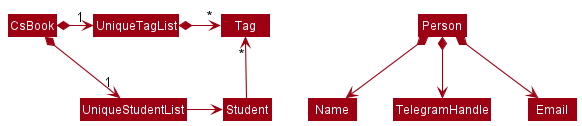
This is docs/images/BetterModelClassDiagram.png from nus-cs2103-AY2122S1/tp, a PlantUML export, as it was before one commit.
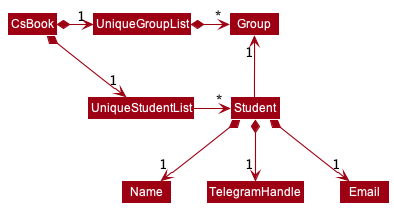
After the change.

Change to the diagram source:
```diff
@@ -5,17 +5,17 @@
 skinparam classBackgroundColor MODEL_COLOR
 
 CsBook *-right-> "1" UniqueStudentList
-CsBook *-right-> "1" UniqueTagList
-UniqueTagList -[hidden]down- UniqueStudentList
-UniqueTagList -[hidden]down- UniqueStudentList
+CsBook *-right-> "1" UniqueGroupList
+UniqueGroupList -[hidden]down- UniqueStudentList
+UniqueGroupList -[hidden]down- UniqueStudentList
 
-UniqueTagList *-right-> "*" Tag
-UniqueStudentList -right-> Student
+UniqueGroupList *-right-> "*" Group
+UniqueStudentList -right-> "*" Student
 
-Student -up-> "*" Tag
+Student -up-> "1" Group
 
-Person *--> Name
-Person *--> TelegramHandle
-Person *--> Email
+Student *--> "1" Name
+Student *--> "1" TelegramHandle
+Student *--> "1" Email
 
 @enduml
```
